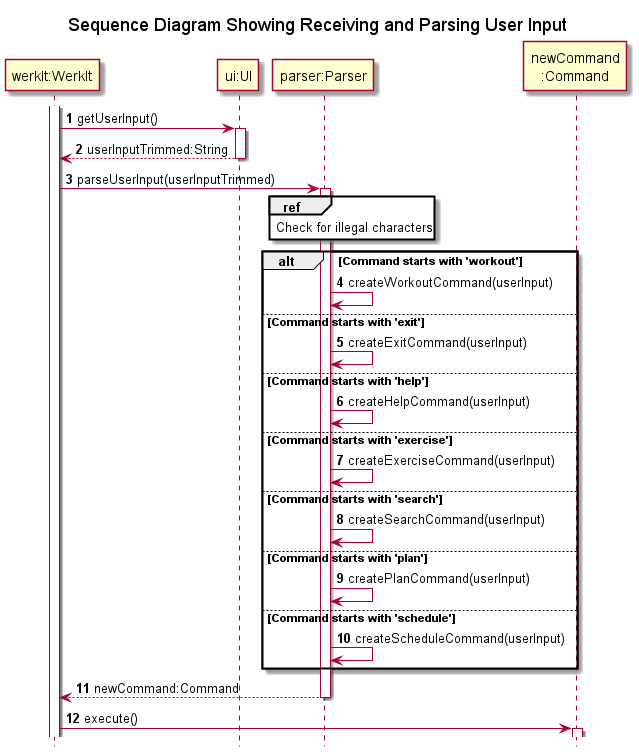
nus-cs2113-AY2122S2/tp keeps this PlantUML diagram as docs/uml/sequenceDiagrams/miscellaneous/images/obtainAndParseUserInput.png. Above is the earlier version.
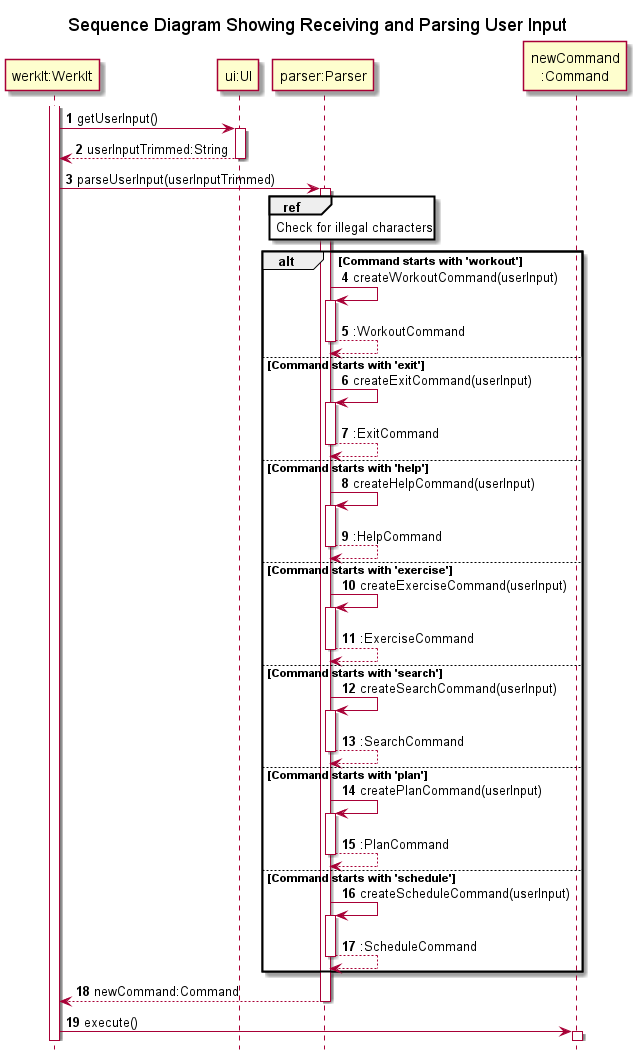
After the commit.

Commit message:
obtainAndParseUserInput.puml: Update SD to include self-invocation activation bars

Change to the diagram source:
```diff
@@ -24,18 +24,32 @@
 
 alt Command starts with 'workout'
     Parser -> Parser : createWorkoutCommand(userInput)
+    activate Parser
+    return :WorkoutCommand
 else Command starts with 'exit'
     Parser -> Parser : createExitCommand(userInput)
+    activate Parser
+    return :ExitCommand
 else Command starts with 'help'
     Parser -> Parser : createHelpCommand(userInput)
+    activate Parser
+    return :HelpCommand
 else Command starts with 'exercise'
     Parser -> Parser : createExerciseCommand(userInput)
+    activate Parser
+    return :ExerciseCommand
 else Command starts with 'search'
     Parser -> Parser : createSearchCommand(userInput)
+    activate Parser
+    return :SearchCommand
 else Command starts with 'plan'
     Parser -> Parser : createPlanCommand(userInput)
+    activate Parser
+    return :PlanCommand
 else Command starts with 'schedule'
     Parser -> Parser : createScheduleCommand(userInput)
+    activate Parser
+    return :ScheduleCommand
 end
 
 return newCommand:Command
```
